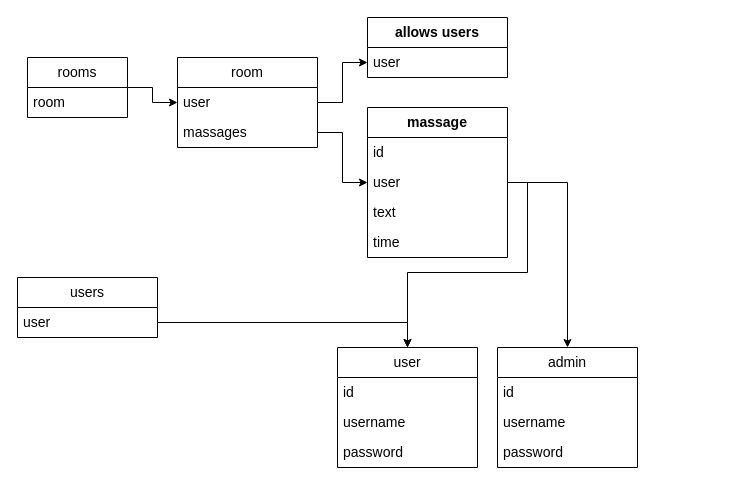
The draw.io diagram Untitled Diagram.drawio in noambaum00/chat, before the edit. Source tidied: cells renumbered, new cells numbered last; positions are measured from the earlier drawing's top-left corner, leaving out a move shared by most shapes. Both pictures are drawn from the tidied source at 100%, with x=0, y=0 at pixel (17, 17).
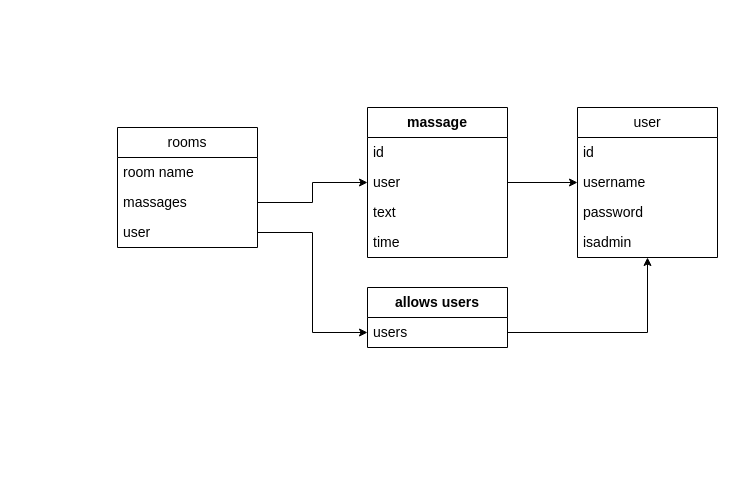
After the change.

The change refers to these unchanged cells:
```xml
<mxCell id="7" value="massages" style="text;strokeColor=none;fillColor=none;align=left;verticalAlign=middle;spacingLeft=4;spacingRight=4;overflow=hidden;points=[[0,0.5],[1,0.5]];portConstraint=eastwest;whiteSpace=wrap;html=1;fontSize=14;" parent="5" vertex="1">
  <mxGeometry y="60" width="140" height="30" as="geometry" />
</mxCell>
<mxCell id="10" value="&lt;span style=&quot;font-weight: 700;&quot;&gt;massage&lt;/span&gt;" style="swimlane;fontStyle=0;horizontal=1;startSize=30;whiteSpace=wrap;html=1;strokeColor=default;fontSize=14;fillColor=none;" parent="1" vertex="1">
  <mxGeometry x="350" y="90" width="140" height="150" as="geometry" />
</mxCell>
<mxCell id="12" value="user" style="text;strokeColor=none;fillColor=none;align=left;verticalAlign=middle;spacingLeft=4;spacingRight=4;overflow=hidden;points=[[0,0.5],[1,0.5]];portConstraint=eastwest;whiteSpace=wrap;html=1;fontSize=14;" parent="10" vertex="1">
  <mxGeometry y="60" width="140" height="30" as="geometry" />
</mxCell>
```

What changed in the source:
```diff
@@
-    <mxCell id="2" style="edgeStyle=orthogonalEdgeStyle;rounded=0;jettySize=auto;html=1;fontSize=14;" parent="1" edge="1" source="3" target="5">
-      <mxGeometry relative="1" as="geometry" />
-    </mxCell>
-    <mxCell id="3" value="rooms" style="swimlane;fontStyle=0;horizontal=1;startSize=30;whiteSpace=wrap;html=1;strokeColor=default;fontSize=14;fillColor=none;" parent="1" vertex="1">
-      <mxGeometry x="10" y="40" width="100" height="60" as="geometry" />
-    </mxCell>
-    <mxCell id="4" value="room" style="text;strokeColor=none;fillColor=none;align=left;verticalAlign=middle;spacingLeft=4;spacingRight=4;overflow=hidden;whiteSpace=wrap;html=1;fontSize=14;" parent="3" vertex="1">
-      <mxGeometry y="30" width="100" height="30" as="geometry" />
-    </mxCell>
-    <mxCell id="5" value="room" style="swimlane;fontStyle=0;horizontal=1;startSize=30;whiteSpace=wrap;html=1;strokeColor=default;fontSize=14;fillColor=none;" parent="1" vertex="1">
-      <mxGeometry x="160" y="40" width="140" height="90" as="geometry" />
+    <mxCell id="5" value="rooms" style="swimlane;fontStyle=0;horizontal=1;startSize=30;whiteSpace=wrap;html=1;strokeColor=default;fontSize=14;fillColor=none;" parent="1" vertex="1">
+      <mxGeometry x="100" y="110" width="140" height="120" as="geometry" />
     </mxCell>
-    <mxCell id="6" value="user" style="text;strokeColor=none;fillColor=none;align=left;verticalAlign=middle;spacingLeft=4;spacingRight=4;overflow=hidden;points=[[0,0.5],[1,0.5]];portConstraint=eastwest;whiteSpace=wrap;html=1;fontSize=14;" parent="5" vertex="1">
+    <mxCell id="6" value="room name" style="text;strokeColor=none;fillColor=none;align=left;verticalAlign=middle;spacingLeft=4;spacingRight=4;overflow=hidden;points=[[0,0.5],[1,0.5]];portConstraint=eastwest;whiteSpace=wrap;html=1;fontSize=14;" parent="5" vertex="1">
       <mxGeometry y="30" width="140" height="30" as="geometry" />
     </mxCell>
@@
+    <mxCell id="24" value="user" style="text;strokeColor=none;fillColor=none;align=left;verticalAlign=middle;spacingLeft=4;spacingRight=4;overflow=hidden;points=[[0,0.5],[1,0.5]];portConstraint=eastwest;whiteSpace=wrap;html=1;fontSize=14;" parent="5" vertex="1">
+      <mxGeometry y="90" width="140" height="30" as="geometry" />
+    </mxCell>
     <mxCell id="8" value="&lt;span style=&quot;font-weight: 700;&quot;&gt;allows users&lt;/span&gt;" style="swimlane;fontStyle=0;horizontal=1;startSize=30;whiteSpace=wrap;html=1;strokeColor=default;fontSize=14;fillColor=none;" parent="1" vertex="1">
-      <mxGeometry x="350" width="140" height="60" as="geometry" />
+      <mxGeometry x="350" y="270" width="140" height="60" as="geometry" />
     </mxCell>
-    <mxCell id="9" value="user" style="text;strokeColor=none;fillColor=none;align=left;verticalAlign=middle;spacingLeft=4;spacingRight=4;overflow=hidden;points=[[0,0.5],[1,0.5]];portConstraint=eastwest;whiteSpace=wrap;html=1;fontSize=14;" parent="8" vertex="1">
+    <mxCell id="9" value="users" style="text;strokeColor=none;fillColor=none;align=left;verticalAlign=middle;spacingLeft=4;spacingRight=4;overflow=hidden;points=[[0,0.5],[1,0.5]];portConstraint=eastwest;whiteSpace=wrap;html=1;fontSize=14;" parent="8" vertex="1">
       <mxGeometry y="30" width="140" height="30" as="geometry" />
     </mxCell>
@@
     <mxCell id="15" value="user" style="swimlane;fontStyle=0;horizontal=1;startSize=30;whiteSpace=wrap;html=1;strokeColor=default;fontSize=14;fillColor=none;" parent="1" vertex="1">
-      <mxGeometry x="320" y="330" width="140" height="120" as="geometry" />
+      <mxGeometry x="560" y="90" width="140" height="150" as="geometry" />
     </mxCell>
@@
-    <mxCell id="19" value="admin" style="swimlane;fontStyle=0;horizontal=1;startSize=30;whiteSpace=wrap;html=1;strokeColor=default;fontSize=14;fillColor=none;" parent="1" vertex="1">
-      <mxGeometry x="480" y="330" width="140" height="120" as="geometry" />
-    </mxCell>
-    <mxCell id="20" value="id" style="text;strokeColor=none;fillColor=none;align=left;verticalAlign=middle;spacingLeft=4;spacingRight=4;overflow=hidden;whiteSpace=wrap;html=1;fontSize=14;" parent="19" vertex="1">
-      <mxGeometry y="30" width="140" height="30" as="geometry" />
-    </mxCell>
-    <mxCell id="21" value="username" style="text;strokeColor=none;fillColor=none;align=left;verticalAlign=middle;spacingLeft=4;spacingRight=4;overflow=hidden;whiteSpace=wrap;html=1;fontSize=14;" parent="19" vertex="1">
-      <mxGeometry y="60" width="140" height="30" as="geometry" />
-    </mxCell>
-    <mxCell id="22" value="password" style="text;strokeColor=none;fillColor=none;align=left;verticalAlign=middle;spacingLeft=4;spacingRight=4;overflow=hidden;whiteSpace=wrap;html=1;fontSize=14;" parent="19" vertex="1">
-      <mxGeometry y="90" width="140" height="30" as="geometry" />
-    </mxCell>
-    <mxCell id="23" value="users" style="swimlane;fontStyle=0;horizontal=1;startSize=30;whiteSpace=wrap;html=1;strokeColor=default;fontSize=14;fillColor=none;" parent="1" vertex="1">
-      <mxGeometry y="260" width="140" height="60" as="geometry" />
-    </mxCell>
-    <mxCell id="24" value="user" style="text;strokeColor=none;fillColor=none;align=left;verticalAlign=middle;spacingLeft=4;spacingRight=4;overflow=hidden;points=[[0,0.5],[1,0.5]];portConstraint=eastwest;whiteSpace=wrap;html=1;fontSize=14;" parent="23" vertex="1">
-      <mxGeometry y="30" width="140" height="30" as="geometry" />
-    </mxCell>
-    <mxCell id="25" style="edgeStyle=orthogonalEdgeStyle;rounded=0;jettySize=auto;html=1;entryX=0;entryY=0.5;entryDx=0;entryDy=0;fontSize=14;" parent="1" edge="1" source="6" target="9">
-      <mxGeometry relative="1" as="geometry" />
-    </mxCell>
+    <mxCell id="30" value="isadmin" style="text;strokeColor=none;fillColor=none;align=left;verticalAlign=middle;spacingLeft=4;spacingRight=4;overflow=hidden;whiteSpace=wrap;html=1;fontSize=14;" parent="15" vertex="1">
+      <mxGeometry y="120" width="140" height="30" as="geometry" />
+    </mxCell>
+    <mxCell id="27" style="edgeStyle=orthogonalEdgeStyle;rounded=0;jettySize=auto;html=1;exitX=1;exitY=0.5;exitDx=0;exitDy=0;fontSize=14;" parent="1" edge="1" source="12" target="15">
+      <mxGeometry relative="1" as="geometry" />
+    </mxCell>
+    <mxCell id="31" style="edgeStyle=orthogonalEdgeStyle;rounded=0;jettySize=auto;html=1;" parent="1" edge="1" source="9" target="15">
+      <mxGeometry relative="1" as="geometry" />
+    </mxCell>
+    <mxCell id="32" style="edgeStyle=orthogonalEdgeStyle;rounded=0;jettySize=auto;html=1;exitX=1;exitY=0.5;exitDx=0;exitDy=0;entryX=0;entryY=0.5;entryDx=0;entryDy=0;" parent="1" edge="1" source="24" target="9">
+      <mxGeometry relative="1" as="geometry" />
+    </mxCell>
-    <mxCell id="26" style="edgeStyle=orthogonalEdgeStyle;rounded=0;jettySize=auto;html=1;fontSize=14;" parent="1" edge="1" source="7" target="10">
+    <mxCell id="26" style="edgeStyle=orthogonalEdgeStyle;rounded=0;jettySize=auto;html=1;exitX=1;exitY=0.5;exitDx=0;exitDy=0;" parent="1" edge="1" source="7" target="10">
       <mxGeometry relative="1" as="geometry" />
     </mxCell>
-    <mxCell id="27" style="edgeStyle=orthogonalEdgeStyle;rounded=0;jettySize=auto;html=1;exitX=1;exitY=0.5;exitDx=0;exitDy=0;fontSize=14;" parent="1" edge="1" source="12" target="15">
-      <mxGeometry relative="1" as="geometry" />
-    </mxCell>
-    <mxCell id="28" style="edgeStyle=orthogonalEdgeStyle;rounded=0;jettySize=auto;html=1;fontSize=14;" parent="1" edge="1" source="12" target="19">
-      <mxGeometry relative="1" as="geometry" />
-    </mxCell>
-    <mxCell id="29" style="edgeStyle=orthogonalEdgeStyle;rounded=0;jettySize=auto;html=1;fontSize=14;" parent="1" edge="1" source="24" target="15">
-      <mxGeometry relative="1" as="geometry" />
-    </mxCell>
```
